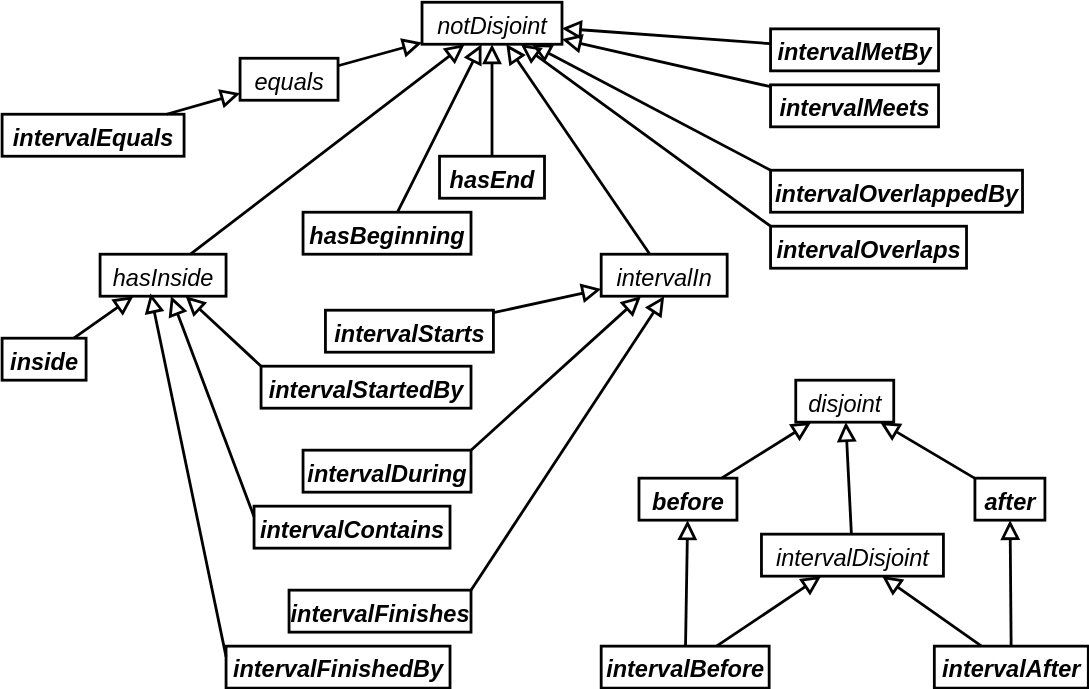
w3c/sdw-time keeps this draw.io diagram as images/topology-properties.svg. Above is the earlier version. Source tidied: cells renumbered, new cells last; positions are measured from the earlier drawing's top-left corner, leaving out a move shared by most shapes.
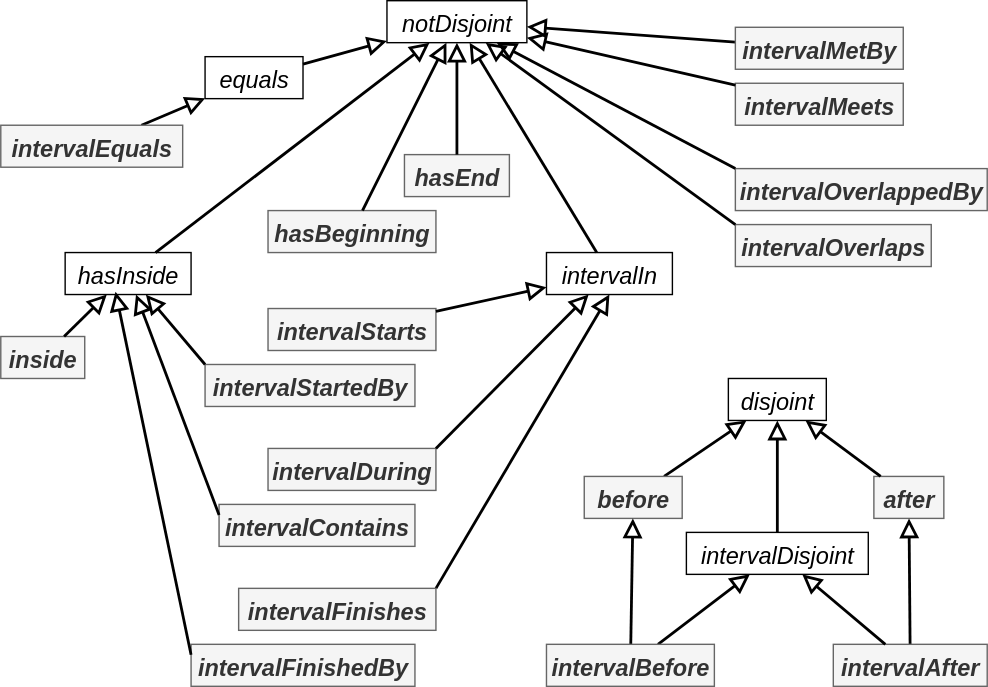
After the commit.

Commit message:
Remove dupe properties adjust figure alignments, line-weights, etc

Change to the diagram source:
```diff
@@ -4,7 +4,7 @@
     <mxCell id="1" parent="0" />
-    <mxCell id="2" value="notDisjoint" style="html=1;overflow=block;blockSpacing=1;whiteSpace=wrap;fontSize=16.8;fontColor=default;align=center;spacing=0;strokeOpacity=100;fillColor=none;strokeWidth=2;strokeColor=default;convertToSvg=1;fontStyle=2;" parent="1" vertex="1">
+    <mxCell id="2" value="notDisjoint" style="html=1;overflow=block;blockSpacing=1;whiteSpace=wrap;fontSize=16.8;fontColor=default;align=center;spacing=0;strokeOpacity=100;fillColor=none;strokeWidth=1;strokeColor=default;convertToSvg=1;fontStyle=2;" parent="1" vertex="1">
       <mxGeometry x="300" width="100" height="30" as="geometry" />
     </mxCell>
-    <mxCell id="3" value="disjoint" style="html=1;overflow=block;blockSpacing=1;whiteSpace=wrap;fontSize=16.8;fontColor=default;align=center;spacing=0;strokeOpacity=100;fillColor=none;strokeWidth=2;strokeColor=default;convertToSvg=1;fontStyle=2;" parent="1" vertex="1">
-      <mxGeometry x="567" y="270" width="70" height="30" as="geometry" />
+    <mxCell id="3" value="disjoint" style="html=1;overflow=block;blockSpacing=1;whiteSpace=wrap;fontSize=16.8;fontColor=default;align=center;spacing=0;strokeOpacity=100;fillColor=none;strokeWidth=1;strokeColor=default;convertToSvg=1;fontStyle=2;" parent="1" vertex="1">
+      <mxGeometry x="544" y="270" width="70" height="30" as="geometry" />
     </mxCell>
@@ -13,4 +13,4 @@
     </mxCell>
-    <mxCell id="5" value="before" style="html=1;overflow=block;blockSpacing=1;whiteSpace=wrap;fontSize=16.8;fontColor=default;align=center;spacing=0;strokeOpacity=100;fillColor=none;strokeWidth=2;strokeColor=default;convertToSvg=1;fontStyle=3;" parent="1" vertex="1">
-      <mxGeometry x="455" y="340" width="70" height="30" as="geometry" />
+    <mxCell id="5" value="before" style="html=1;overflow=block;blockSpacing=1;whiteSpace=wrap;fontSize=16.8;fontColor=#333333;align=center;spacing=0;strokeOpacity=100;fillColor=#f5f5f5;strokeWidth=1;strokeColor=#666666;convertToSvg=1;fontStyle=3;" parent="1" vertex="1">
+      <mxGeometry x="441" y="340" width="70" height="30" as="geometry" />
     </mxCell>
@@ -19,4 +19,4 @@
     </mxCell>
-    <mxCell id="7" value="after" style="html=1;overflow=block;blockSpacing=1;whiteSpace=wrap;fontSize=16.8;fontColor=default;align=center;spacing=0;strokeOpacity=100;fillColor=none;strokeWidth=2;strokeColor=default;convertToSvg=1;fontStyle=3;" parent="1" vertex="1">
-      <mxGeometry x="695" y="340" width="50" height="30" as="geometry" />
+    <mxCell id="7" value="after" style="html=1;overflow=block;blockSpacing=1;whiteSpace=wrap;fontSize=16.8;fontColor=#333333;align=center;spacing=0;strokeOpacity=100;fillColor=#f5f5f5;strokeWidth=1;strokeColor=#666666;convertToSvg=1;fontStyle=3;" parent="1" vertex="1">
+      <mxGeometry x="648" y="340" width="50" height="30" as="geometry" />
     </mxCell>
@@ -25,4 +25,4 @@
     </mxCell>
-    <mxCell id="9" value="intervalDisjoint" style="html=1;overflow=block;blockSpacing=1;whiteSpace=wrap;fontSize=16.8;fontColor=default;align=center;spacing=0;strokeOpacity=100;fillColor=none;strokeWidth=2;strokeColor=default;convertToSvg=1;fontStyle=2;" parent="1" vertex="1">
-      <mxGeometry x="542.5" y="380" width="130" height="30" as="geometry" />
+    <mxCell id="9" value="intervalDisjoint" style="html=1;overflow=block;blockSpacing=1;whiteSpace=wrap;fontSize=16.8;fontColor=default;align=center;spacing=0;strokeOpacity=100;fillColor=none;strokeWidth=1;strokeColor=default;convertToSvg=1;fontStyle=2;" parent="1" vertex="1">
+      <mxGeometry x="514" y="380" width="130" height="30" as="geometry" />
     </mxCell>
@@ -37,7 +37,7 @@
     </mxCell>
-    <mxCell id="13" value="intervalBefore" style="html=1;overflow=block;blockSpacing=1;whiteSpace=wrap;fontSize=16.8;fontColor=default;align=center;spacing=0;strokeOpacity=100;fillColor=none;strokeWidth=2;strokeColor=default;convertToSvg=1;fontStyle=3;" parent="1" vertex="1">
-      <mxGeometry x="428" y="460" width="120" height="30" as="geometry" />
+    <mxCell id="13" value="intervalBefore" style="html=1;overflow=block;blockSpacing=1;whiteSpace=wrap;fontSize=16.8;fontColor=#333333;align=center;spacing=0;strokeOpacity=100;fillColor=#f5f5f5;strokeWidth=1;strokeColor=#666666;convertToSvg=1;fontStyle=3;" parent="1" vertex="1">
+      <mxGeometry x="414" y="460" width="120" height="30" as="geometry" />
     </mxCell>
-    <mxCell id="14" value="intervalAfter" style="html=1;overflow=block;blockSpacing=1;whiteSpace=wrap;fontSize=16.8;fontColor=default;align=center;spacing=0;strokeOpacity=100;fillColor=none;strokeWidth=2;strokeColor=default;convertToSvg=1;fontStyle=3;" parent="1" vertex="1">
-      <mxGeometry x="666" y="460" width="110" height="30" as="geometry" />
+    <mxCell id="14" value="intervalAfter" style="html=1;overflow=block;blockSpacing=1;whiteSpace=wrap;fontSize=16.8;fontColor=#333333;align=center;spacing=0;strokeOpacity=100;fillColor=#f5f5f5;strokeWidth=1;strokeColor=#666666;convertToSvg=1;fontStyle=3;" parent="1" vertex="1">
+      <mxGeometry x="619" y="460" width="110" height="30" as="geometry" />
     </mxCell>
@@ -49,3 +49,3 @@
     </mxCell>
-    <mxCell id="17" value="equals" style="html=1;overflow=block;blockSpacing=1;whiteSpace=wrap;fontSize=16.8;fontColor=default;align=center;spacing=0;strokeOpacity=100;fillColor=none;strokeWidth=2;strokeColor=default;convertToSvg=1;fontStyle=2;" parent="1" vertex="1">
+    <mxCell id="17" value="equals" style="html=1;overflow=block;blockSpacing=1;whiteSpace=wrap;fontSize=16.8;fontColor=default;align=center;spacing=0;strokeOpacity=100;fillColor=none;strokeWidth=1;strokeColor=default;convertToSvg=1;fontStyle=2;" parent="1" vertex="1">
       <mxGeometry x="170" y="40" width="70" height="30" as="geometry" />
@@ -55,3 +55,3 @@
     </mxCell>
-    <mxCell id="19" value="hasInside" style="html=1;overflow=block;blockSpacing=1;whiteSpace=wrap;fontSize=16.8;fontColor=default;align=center;spacing=0;strokeOpacity=100;fillColor=none;strokeWidth=2;strokeColor=default;convertToSvg=1;fontStyle=2;" parent="1" vertex="1">
+    <mxCell id="19" value="hasInside" style="html=1;overflow=block;blockSpacing=1;whiteSpace=wrap;fontSize=16.8;fontColor=default;align=center;spacing=0;strokeOpacity=100;fillColor=none;strokeWidth=1;strokeColor=default;convertToSvg=1;fontStyle=2;" parent="1" vertex="1">
       <mxGeometry x="70" y="180" width="90" height="30" as="geometry" />
@@ -61,4 +61,4 @@
     </mxCell>
-    <mxCell id="21" value="intervalIn" style="html=1;overflow=block;blockSpacing=1;whiteSpace=wrap;fontSize=16.8;fontColor=default;align=center;spacing=0;strokeOpacity=100;fillColor=none;strokeWidth=2;strokeColor=default;convertToSvg=1;fontStyle=2;" parent="1" vertex="1">
-      <mxGeometry x="428" y="180" width="90" height="30" as="geometry" />
+    <mxCell id="21" value="intervalIn" style="html=1;overflow=block;blockSpacing=1;whiteSpace=wrap;fontSize=16.8;fontColor=default;align=center;spacing=0;strokeOpacity=100;fillColor=none;strokeWidth=1;strokeColor=default;convertToSvg=1;fontStyle=2;" parent="1" vertex="1">
+      <mxGeometry x="414" y="180" width="90" height="30" as="geometry" />
     </mxCell>
@@ -73,4 +73,4 @@
     </mxCell>
-    <mxCell id="25" value="intervalStarts" style="html=1;overflow=block;blockSpacing=1;whiteSpace=wrap;fontSize=16.8;fontColor=default;align=center;spacing=0;strokeOpacity=100;fillColor=none;strokeWidth=2;strokeColor=default;convertToSvg=1;fontStyle=3;" parent="1" vertex="1">
-      <mxGeometry x="231" y="220" width="120" height="30" as="geometry" />
+    <mxCell id="25" value="intervalStarts" style="html=1;overflow=block;blockSpacing=1;whiteSpace=wrap;fontSize=16.8;fontColor=#333333;align=center;spacing=0;strokeOpacity=100;fillColor=#f5f5f5;strokeWidth=1;strokeColor=#666666;convertToSvg=1;fontStyle=3;" parent="1" vertex="1">
+      <mxGeometry x="215" y="220" width="120" height="30" as="geometry" />
     </mxCell>
@@ -79,15 +79,15 @@
     </mxCell>
-    <mxCell id="27" value="intervalMeets" style="html=1;overflow=block;blockSpacing=1;whiteSpace=wrap;fontSize=16.8;fontColor=default;align=center;spacing=0;strokeOpacity=100;fillColor=none;strokeWidth=2;strokeColor=default;convertToSvg=1;fontStyle=3;" parent="1" vertex="1">
+    <mxCell id="27" value="intervalMeets" style="html=1;overflow=block;blockSpacing=1;whiteSpace=wrap;fontSize=16.8;fontColor=#333333;align=center;spacing=0;strokeOpacity=100;fillColor=#f5f5f5;strokeWidth=1;strokeColor=#666666;convertToSvg=1;fontStyle=3;" parent="1" vertex="1">
       <mxGeometry x="549" y="59" width="120" height="30" as="geometry" />
     </mxCell>
-    <mxCell id="28" value="intervalMetBy" style="html=1;overflow=block;blockSpacing=1;whiteSpace=wrap;fontSize=16.8;fontColor=default;align=center;spacing=0;strokeOpacity=100;fillColor=none;strokeWidth=2;strokeColor=default;convertToSvg=1;fontStyle=3;" parent="1" vertex="1">
+    <mxCell id="28" value="intervalMetBy" style="html=1;overflow=block;blockSpacing=1;whiteSpace=wrap;fontSize=16.8;fontColor=#333333;align=center;spacing=0;strokeOpacity=100;fillColor=#f5f5f5;strokeWidth=1;strokeColor=#666666;convertToSvg=1;fontStyle=3;" parent="1" vertex="1">
       <mxGeometry x="549" y="19" width="120" height="30" as="geometry" />
     </mxCell>
-    <mxCell id="29" value="intervalOverlaps" style="html=1;overflow=block;blockSpacing=1;whiteSpace=wrap;fontSize=16.8;fontColor=default;align=center;spacing=0;strokeOpacity=100;fillColor=none;strokeWidth=2;strokeColor=default;convertToSvg=1;fontStyle=3;" parent="1" vertex="1">
+    <mxCell id="29" value="intervalOverlaps" style="html=1;overflow=block;blockSpacing=1;whiteSpace=wrap;fontSize=16.8;fontColor=#333333;align=center;spacing=0;strokeOpacity=100;fillColor=#f5f5f5;strokeWidth=1;strokeColor=#666666;convertToSvg=1;fontStyle=3;" parent="1" vertex="1">
       <mxGeometry x="549" y="160" width="140" height="30" as="geometry" />
     </mxCell>
-    <mxCell id="30" value="intervalOverlappedBy" style="html=1;overflow=block;blockSpacing=1;whiteSpace=wrap;fontSize=16.8;fontColor=default;align=center;spacing=0;strokeOpacity=100;fillColor=none;strokeWidth=2;strokeColor=default;convertToSvg=1;fontStyle=3;" parent="1" vertex="1">
+    <mxCell id="30" value="intervalOverlappedBy" style="html=1;overflow=block;blockSpacing=1;whiteSpace=wrap;fontSize=16.8;fontColor=#333333;align=center;spacing=0;strokeOpacity=100;fillColor=#f5f5f5;strokeWidth=1;strokeColor=#666666;convertToSvg=1;fontStyle=3;" parent="1" vertex="1">
       <mxGeometry x="549" y="120" width="180" height="30" as="geometry" />
     </mxCell>
-    <mxCell id="31" value="intervalDuring" style="html=1;overflow=block;blockSpacing=1;whiteSpace=wrap;fontSize=16.8;fontColor=default;align=center;spacing=0;strokeOpacity=100;fillColor=none;strokeWidth=2;strokeColor=default;convertToSvg=1;fontStyle=3;" parent="1" vertex="1">
+    <mxCell id="31" value="intervalDuring" style="html=1;overflow=block;blockSpacing=1;whiteSpace=wrap;fontSize=16.8;fontColor=#333333;align=center;spacing=0;strokeOpacity=100;fillColor=#f5f5f5;strokeWidth=1;strokeColor=#666666;convertToSvg=1;fontStyle=3;" parent="1" vertex="1">
       <mxGeometry x="215" y="320" width="120" height="30" as="geometry" />
@@ -106,16 +106,16 @@
     </mxCell>
-    <mxCell id="36" value="intervalEquals" style="html=1;overflow=block;blockSpacing=1;whiteSpace=wrap;fontSize=16.8;fontColor=default;align=center;spacing=0;strokeOpacity=100;fillColor=none;strokeWidth=2;strokeColor=default;convertToSvg=1;fontStyle=3;" parent="1" vertex="1">
-      <mxGeometry y="80" width="130" height="30" as="geometry" />
+    <mxCell id="36" value="intervalEquals" style="html=1;overflow=block;blockSpacing=1;whiteSpace=wrap;fontSize=16.8;fontColor=#333333;align=center;spacing=0;strokeOpacity=100;fillColor=#f5f5f5;strokeWidth=1;strokeColor=#666666;convertToSvg=1;fontStyle=3;" parent="1" vertex="1">
+      <mxGeometry x="24" y="89" width="130" height="30" as="geometry" />
     </mxCell>
-    <mxCell id="37" value="intervalFinishedBy" style="html=1;overflow=block;blockSpacing=1;whiteSpace=wrap;fontSize=16.8;fontColor=default;align=center;spacing=0;strokeOpacity=100;fillColor=none;strokeWidth=2;strokeColor=default;convertToSvg=1;fontStyle=3;" parent="1" vertex="1">
+    <mxCell id="37" value="intervalFinishedBy" style="html=1;overflow=block;blockSpacing=1;whiteSpace=wrap;fontSize=16.8;fontColor=#333333;align=center;spacing=0;strokeOpacity=100;fillColor=#f5f5f5;strokeWidth=1;strokeColor=#666666;convertToSvg=1;fontStyle=3;" parent="1" vertex="1">
       <mxGeometry x="160" y="460" width="160" height="30" as="geometry" />
     </mxCell>
-    <mxCell id="38" value="intervalStartedBy" style="html=1;overflow=block;blockSpacing=1;whiteSpace=wrap;fontSize=16.8;fontColor=default;align=center;spacing=0;strokeOpacity=100;fillColor=none;strokeWidth=2;strokeColor=default;convertToSvg=1;fontStyle=3;" parent="1" vertex="1">
-      <mxGeometry x="185" y="260" width="150" height="30" as="geometry" />
+    <mxCell id="38" value="intervalStartedBy" style="html=1;overflow=block;blockSpacing=1;whiteSpace=wrap;fontSize=16.8;fontColor=#333333;align=center;spacing=0;strokeOpacity=100;fillColor=#f5f5f5;strokeWidth=1;strokeColor=#666666;convertToSvg=1;fontStyle=3;" parent="1" vertex="1">
+      <mxGeometry x="170" y="260" width="150" height="30" as="geometry" />
     </mxCell>
-    <mxCell id="39" value="intervalContains" style="html=1;overflow=block;blockSpacing=1;whiteSpace=wrap;fontSize=16.8;fontColor=default;align=center;spacing=0;strokeOpacity=100;fillColor=none;strokeWidth=2;strokeColor=default;convertToSvg=1;fontStyle=3;" parent="1" vertex="1">
+    <mxCell id="39" value="intervalContains" style="html=1;overflow=block;blockSpacing=1;whiteSpace=wrap;fontSize=16.8;fontColor=#333333;align=center;spacing=0;strokeOpacity=100;fillColor=#f5f5f5;strokeWidth=1;strokeColor=#666666;convertToSvg=1;fontStyle=3;" parent="1" vertex="1">
       <mxGeometry x="180" y="360" width="140" height="30" as="geometry" />
     </mxCell>
-    <mxCell id="40" value="inside" style="html=1;overflow=block;blockSpacing=1;whiteSpace=wrap;fontSize=16.8;fontColor=default;align=center;spacing=0;strokeOpacity=100;fillColor=none;strokeWidth=2;strokeColor=default;convertToSvg=1;fontStyle=3;" parent="1" vertex="1">
-      <mxGeometry y="240" width="60" height="30" as="geometry" />
+    <mxCell id="40" value="inside" style="html=1;overflow=block;blockSpacing=1;whiteSpace=wrap;fontSize=16.8;fontColor=#333333;align=center;spacing=0;strokeOpacity=100;fillColor=#f5f5f5;strokeWidth=1;strokeColor=#666666;convertToSvg=1;fontStyle=3;" parent="1" vertex="1">
+      <mxGeometry x="24" y="240" width="60" height="30" as="geometry" />
     </mxCell>
@@ -133,6 +133,6 @@
     </mxCell>
-    <mxCell id="45" value="hasEnd" style="html=1;overflow=block;blockSpacing=1;whiteSpace=wrap;fontSize=16.8;fontColor=default;align=center;spacing=0;strokeOpacity=100;fillColor=none;strokeWidth=2;strokeColor=default;convertToSvg=1;fontStyle=3;" parent="1" vertex="1">
+    <mxCell id="45" value="hasEnd" style="html=1;overflow=block;blockSpacing=1;whiteSpace=wrap;fontSize=16.8;fontColor=#333333;align=center;spacing=0;strokeOpacity=100;fillColor=#f5f5f5;strokeWidth=1;strokeColor=#666666;convertToSvg=1;fontStyle=3;" parent="1" vertex="1">
       <mxGeometry x="312.5" y="110" width="75" height="30" as="geometry" />
     </mxCell>
-    <mxCell id="46" value="hasBeginning" style="html=1;overflow=block;blockSpacing=1;whiteSpace=wrap;fontSize=16.8;fontColor=default;align=center;spacing=0;strokeOpacity=100;fillColor=none;strokeWidth=2;strokeColor=default;convertToSvg=1;fontStyle=3;" parent="1" vertex="1">
+    <mxCell id="46" value="hasBeginning" style="html=1;overflow=block;blockSpacing=1;whiteSpace=wrap;fontSize=16.8;fontColor=#333333;align=center;spacing=0;strokeOpacity=100;fillColor=#f5f5f5;strokeWidth=1;strokeColor=#666666;convertToSvg=1;fontStyle=3;" parent="1" vertex="1">
       <mxGeometry x="215" y="150" width="120" height="30" as="geometry" />
@@ -145,4 +145,4 @@
     </mxCell>
-    <mxCell id="49" value="intervalFinishes" style="html=1;overflow=block;blockSpacing=1;whiteSpace=wrap;fontSize=16.8;fontColor=default;align=center;spacing=0;strokeOpacity=100;fillColor=none;strokeWidth=2;strokeColor=default;convertToSvg=1;fontStyle=3;" parent="1" vertex="1">
-      <mxGeometry x="205" y="420" width="130" height="30" as="geometry" />
+    <mxCell id="49" value="intervalFinishes" style="html=1;overflow=block;blockSpacing=1;whiteSpace=wrap;fontSize=16.8;fontColor=#333333;align=center;spacing=0;strokeOpacity=100;fillColor=#f5f5f5;strokeWidth=1;strokeColor=#666666;convertToSvg=1;fontStyle=3;" parent="1" vertex="1">
+      <mxGeometry x="194" y="420" width="141" height="30" as="geometry" />
     </mxCell>
```
